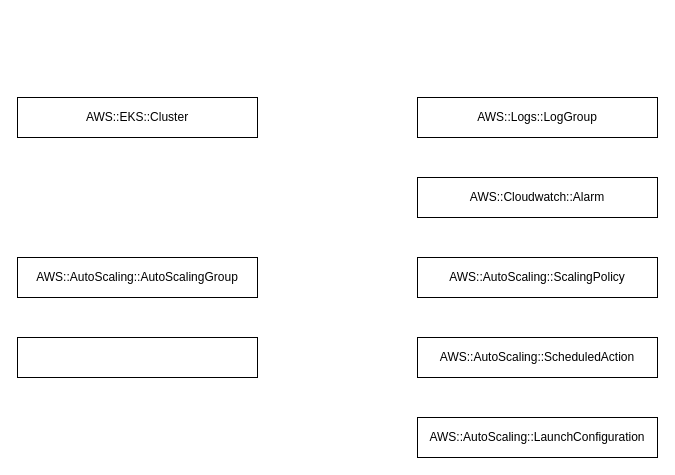
The draw.io diagram Untitled Diagram.drawio in sarathcakurathi/devops-e2e, before the edit. Source tidied: cells renumbered, new cells numbered last; positions are measured from the earlier drawing's top-left corner, leaving out a move shared by most shapes. Both pictures are drawn from the tidied source at 100%, with x=0, y=0 at pixel (17, 97).
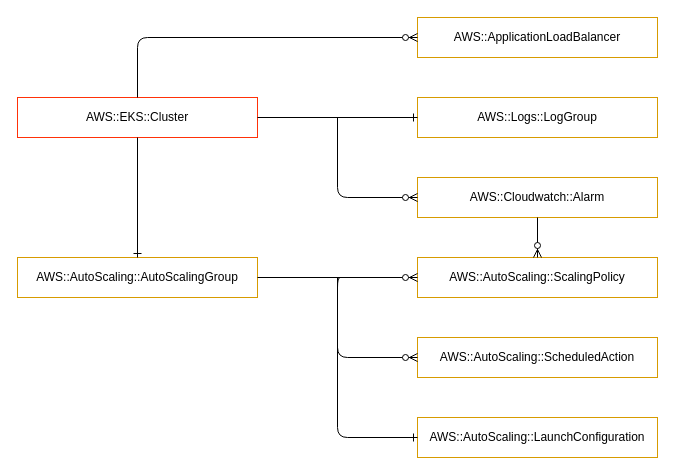
Above is the later version.

The edit, as a diff of the source:
```diff
@@
-    <mxCell id="2" value="AWS::EKS::Cluster" style="rounded=0;whiteSpace=wrap;html=1;" parent="1" vertex="1">
+    <mxCell id="2" value="AWS::EKS::Cluster" style="rounded=0;whiteSpace=wrap;html=1;fillColor=none;strokeColor=#FF3108;" parent="1" vertex="1">
       <mxGeometry width="240" height="40" as="geometry" />
     </mxCell>
-    <mxCell id="3" value="AWS::AutoScaling::AutoScalingGroup" style="rounded=0;whiteSpace=wrap;html=1;" parent="1" vertex="1">
+    <mxCell id="3" value="AWS::AutoScaling::AutoScalingGroup" style="rounded=0;whiteSpace=wrap;html=1;fillColor=none;strokeColor=#d79b00;" parent="1" vertex="1">
       <mxGeometry y="160" width="240" height="40" as="geometry" />
     </mxCell>
-    <mxCell id="4" value="AWS::AutoScaling::LaunchConfiguration" style="rounded=0;whiteSpace=wrap;html=1;" parent="1" vertex="1">
+    <mxCell id="4" value="AWS::AutoScaling::LaunchConfiguration" style="rounded=0;whiteSpace=wrap;html=1;fillColor=none;strokeColor=#d79b00;" parent="1" vertex="1">
       <mxGeometry x="400" y="320" width="240" height="40" as="geometry" />
     </mxCell>
-    <mxCell id="5" style="rounded=0;whiteSpace=wrap;html=1;" parent="1" vertex="1">
-      <mxGeometry y="240" width="240" height="40" as="geometry" />
-    </mxCell>
-    <mxCell id="6" value="AWS::AutoScaling::ScheduledAction" style="rounded=0;whiteSpace=wrap;html=1;" parent="1" vertex="1">
+    <mxCell id="6" value="AWS::AutoScaling::ScheduledAction" style="rounded=0;whiteSpace=wrap;html=1;fillColor=none;strokeColor=#d79b00;" parent="1" vertex="1">
       <mxGeometry x="400" y="240" width="240" height="40" as="geometry" />
     </mxCell>
-    <mxCell id="7" value="AWS::AutoScaling::ScalingPolicy" style="rounded=0;whiteSpace=wrap;html=1;" parent="1" vertex="1">
+    <mxCell id="7" value="AWS::AutoScaling::ScalingPolicy" style="rounded=0;whiteSpace=wrap;html=1;fillColor=none;strokeColor=#d79b00;" parent="1" vertex="1">
       <mxGeometry x="400" y="160" width="240" height="40" as="geometry" />
     </mxCell>
-    <mxCell id="8" value="AWS::Cloudwatch::Alarm" style="rounded=0;whiteSpace=wrap;html=1;" parent="1" vertex="1">
+    <mxCell id="8" value="AWS::Cloudwatch::Alarm" style="rounded=0;whiteSpace=wrap;html=1;fillColor=none;strokeColor=#d79b00;" parent="1" vertex="1">
       <mxGeometry x="400" y="80" width="240" height="40" as="geometry" />
     </mxCell>
-    <mxCell id="9" value="AWS::Logs::LogGroup" style="rounded=0;whiteSpace=wrap;html=1;" parent="1" vertex="1">
+    <mxCell id="9" value="AWS::Logs::LogGroup" style="rounded=0;whiteSpace=wrap;html=1;fillColor=none;strokeColor=#d79b00;" parent="1" vertex="1">
       <mxGeometry x="400" width="240" height="40" as="geometry" />
     </mxCell>
+    <mxCell id="10" style="fontSize=12;html=1;endArrow=ERone;endFill=1;exitX=0.5;exitY=1;exitDx=0;exitDy=0;entryX=0.5;entryY=0;entryDx=0;entryDy=0;" parent="1" edge="1" source="2" target="3">
+      <mxGeometry relative="1" as="geometry" />
+    </mxCell>
+    <mxCell id="11" style="fontSize=12;html=1;endArrow=ERone;endFill=1;exitX=1;exitY=0.5;exitDx=0;exitDy=0;entryX=0;entryY=0.5;entryDx=0;entryDy=0;" parent="1" edge="1" source="2" target="9">
+      <mxGeometry relative="1" as="geometry" />
+    </mxCell>
+    <mxCell id="12" style="fontSize=12;html=1;endArrow=ERzeroToMany;endFill=1;entryX=0;entryY=0.5;entryDx=0;entryDy=0;edgeStyle=orthogonalEdgeStyle;" parent="1" edge="1" target="8">
+      <mxGeometry relative="1" as="geometry">
+        <mxPoint x="320" y="20" as="sourcePoint" />
+        <Array as="points">
+          <mxPoint x="320" y="100" />
+        </Array>
+      </mxGeometry>
+    </mxCell>
+    <mxCell id="13" style="fontSize=12;html=1;endArrow=ERzeroToMany;endFill=1;entryX=0.5;entryY=0;entryDx=0;entryDy=0;exitX=0.5;exitY=1;exitDx=0;exitDy=0;" parent="1" edge="1" source="8" target="7">
+      <mxGeometry relative="1" as="geometry" />
+    </mxCell>
+    <mxCell id="14" style="fontSize=12;html=1;endArrow=ERzeroToMany;endFill=1;entryX=0;entryY=0.5;entryDx=0;entryDy=0;exitX=1;exitY=0.5;exitDx=0;exitDy=0;" parent="1" edge="1" source="3" target="7">
+      <mxGeometry relative="1" as="geometry" />
+    </mxCell>
+    <mxCell id="15" style="edgeStyle=orthogonalEdgeStyle;fontSize=12;html=1;endArrow=ERzeroToMany;endFill=1;entryX=0;entryY=0.5;entryDx=0;entryDy=0;" parent="1" edge="1" target="6">
+      <mxGeometry relative="1" as="geometry">
+        <mxPoint x="320" y="180" as="sourcePoint" />
+        <Array as="points">
+          <mxPoint x="320" y="260" />
+        </Array>
+      </mxGeometry>
+    </mxCell>
+    <mxCell id="16" style="edgeStyle=orthogonalEdgeStyle;fontSize=12;html=1;endArrow=ERone;endFill=1;entryX=0;entryY=0.5;entryDx=0;entryDy=0;" parent="1" edge="1" target="4">
+      <mxGeometry relative="1" as="geometry">
+        <mxPoint x="325" y="180" as="sourcePoint" />
+        <Array as="points">
+          <mxPoint x="320" y="180" />
+          <mxPoint x="320" y="340" />
+        </Array>
+      </mxGeometry>
+    </mxCell>
+    <mxCell id="17" value="AWS::ApplicationLoadBalancer" style="strokeWidth=1;whiteSpace=wrap;html=1;align=center;fontSize=12;fillColor=none;strokeColor=#d79b00;" parent="1" vertex="1">
+      <mxGeometry x="400" y="-80" width="240" height="40" as="geometry" />
+    </mxCell>
+    <mxCell id="18" style="edgeStyle=orthogonalEdgeStyle;fontSize=12;html=1;endArrow=ERzeroToMany;endFill=1;entryX=0;entryY=0.5;entryDx=0;entryDy=0;exitX=0.5;exitY=0;exitDx=0;exitDy=0;" parent="1" edge="1" source="2" target="17">
+      <mxGeometry relative="1" as="geometry" />
+    </mxCell>
```
